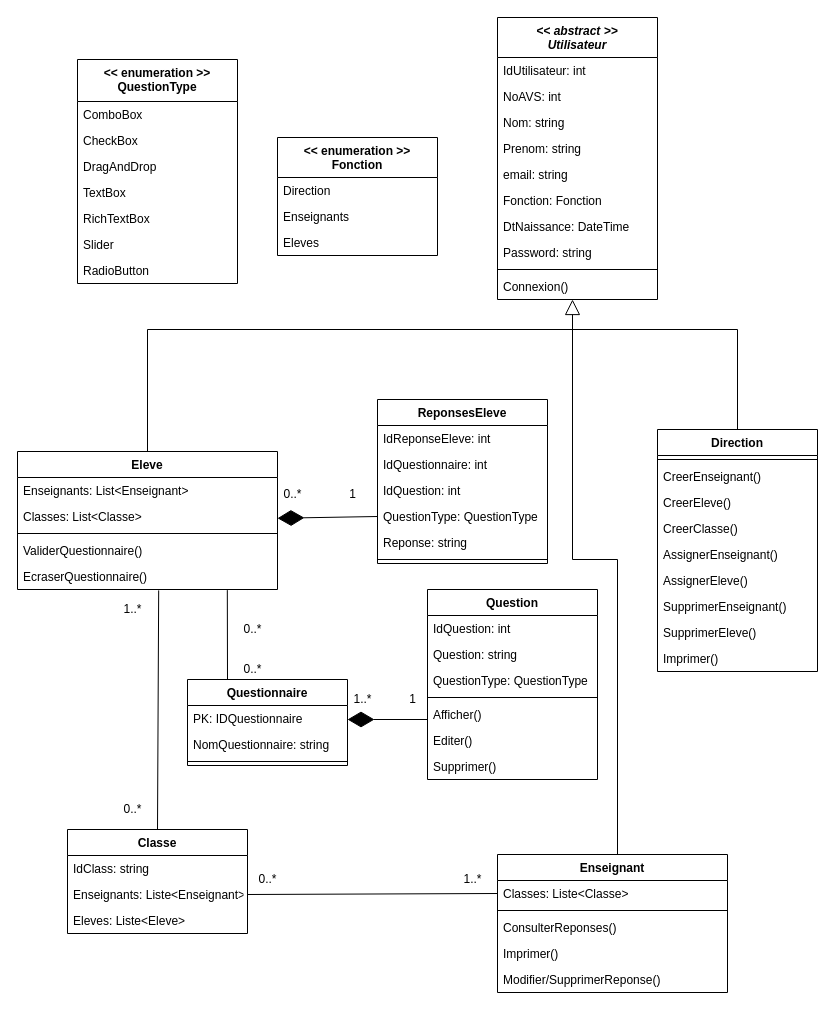
The draw.io diagram DiagramClass.drawio in Devetik/Diagrammes, before the edit. Source tidied: cells renumbered, new cells numbered last; positions are measured from the earlier drawing's top-left corner, leaving out a move shared by most shapes. Both pictures are drawn from the tidied source at 100%, with x=0, y=0 at pixel (17, 17).
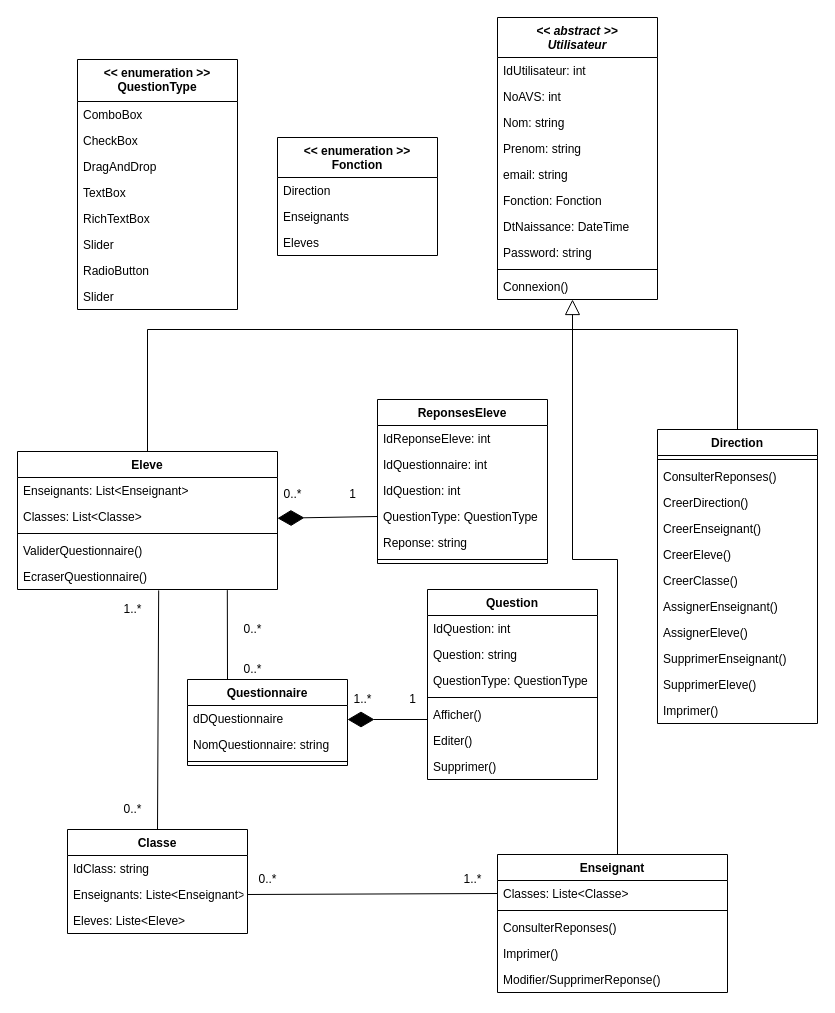
Above is the later version.

Unchanged cells that the change refers to:
```xml
<mxCell id="51" value="Questionnaire" style="swimlane;fontStyle=1;align=center;verticalAlign=top;horizontal=1;startSize=26;strokeWidth=1;" parent="1" vertex="1">
  <mxGeometry x="170" y="662" width="160" height="86" as="geometry" />
</mxCell>
```

Diff of the diagram source:
```diff
@@
     <mxCell id="19" value="Direction" style="swimlane;fontStyle=1;align=center;verticalAlign=top;horizontal=1;startSize=26;" parent="1" vertex="1">
-      <mxGeometry x="640" y="412" width="160" height="242" as="geometry" />
+      <mxGeometry x="640" y="412" width="160" height="294" as="geometry" />
     </mxCell>
@@
+    <mxCell id="88" value="ConsulterReponses()" style="text;strokeColor=none;fillColor=none;align=left;verticalAlign=top;spacingLeft=4;spacingRight=4;overflow=hidden;" parent="19" vertex="1">
+      <mxGeometry y="34" width="160" height="26" as="geometry" />
+    </mxCell>
+    <mxCell id="89" value="CreerDirection()" style="text;strokeColor=none;fillColor=none;align=left;verticalAlign=top;spacingLeft=4;spacingRight=4;overflow=hidden;" parent="19" vertex="1">
+      <mxGeometry y="60" width="160" height="26" as="geometry" />
+    </mxCell>
     <mxCell id="21" value="CreerEnseignant()" style="text;strokeColor=none;fillColor=none;align=left;verticalAlign=top;spacingLeft=4;spacingRight=4;overflow=hidden;" parent="19" vertex="1">
-      <mxGeometry y="34" width="160" height="26" as="geometry" />
+      <mxGeometry y="86" width="160" height="26" as="geometry" />
     </mxCell>
     <mxCell id="22" value="CreerEleve()" style="text;strokeColor=none;fillColor=none;align=left;verticalAlign=top;spacingLeft=4;spacingRight=4;overflow=hidden;" parent="19" vertex="1">
-      <mxGeometry y="60" width="160" height="26" as="geometry" />
+      <mxGeometry y="112" width="160" height="26" as="geometry" />
     </mxCell>
     <mxCell id="23" value="CreerClasse()" style="text;strokeColor=none;fillColor=none;align=left;verticalAlign=top;spacingLeft=4;spacingRight=4;overflow=hidden;" parent="19" vertex="1">
-      <mxGeometry y="86" width="160" height="26" as="geometry" />
+      <mxGeometry y="138" width="160" height="26" as="geometry" />
     </mxCell>
     <mxCell id="24" value="AssignerEnseignant()" style="text;strokeColor=none;fillColor=none;align=left;verticalAlign=top;spacingLeft=4;spacingRight=4;overflow=hidden;" parent="19" vertex="1">
-      <mxGeometry y="112" width="160" height="26" as="geometry" />
+      <mxGeometry y="164" width="160" height="26" as="geometry" />
     </mxCell>
     <mxCell id="25" value="AssignerEleve()" style="text;strokeColor=none;fillColor=none;align=left;verticalAlign=top;spacingLeft=4;spacingRight=4;overflow=hidden;" parent="19" vertex="1">
-      <mxGeometry y="138" width="160" height="26" as="geometry" />
+      <mxGeometry y="190" width="160" height="26" as="geometry" />
     </mxCell>
     <mxCell id="26" value="SupprimerEnseignant()" style="text;strokeColor=none;fillColor=none;align=left;verticalAlign=top;spacingLeft=4;spacingRight=4;overflow=hidden;" parent="19" vertex="1">
-      <mxGeometry y="164" width="160" height="26" as="geometry" />
+      <mxGeometry y="216" width="160" height="26" as="geometry" />
     </mxCell>
     <mxCell id="27" value="SupprimerEleve()" style="text;strokeColor=none;fillColor=none;align=left;verticalAlign=top;spacingLeft=4;spacingRight=4;overflow=hidden;" parent="19" vertex="1">
-      <mxGeometry y="190" width="160" height="26" as="geometry" />
+      <mxGeometry y="242" width="160" height="26" as="geometry" />
     </mxCell>
     <mxCell id="28" value="Imprimer()" style="text;strokeColor=none;fillColor=none;align=left;verticalAlign=top;spacingLeft=4;spacingRight=4;overflow=hidden;" parent="19" vertex="1">
-      <mxGeometry y="216" width="160" height="26" as="geometry" />
+      <mxGeometry y="268" width="160" height="26" as="geometry" />
     </mxCell>
@@
-    <mxCell id="52" value="PK: IDQuestionnaire" style="text;strokeColor=none;fillColor=none;align=left;verticalAlign=top;spacingLeft=4;spacingRight=4;overflow=hidden;" parent="51" vertex="1">
+    <mxCell id="52" value="dDQuestionnaire" style="text;strokeColor=none;fillColor=none;align=left;verticalAlign=top;spacingLeft=4;spacingRight=4;overflow=hidden;" parent="51" vertex="1">
       <mxGeometry y="26" width="160" height="26" as="geometry" />
     </mxCell>
@@
     <mxCell id="66" value="&lt;&lt; enumeration &gt;&gt;&#10;QuestionType" style="swimlane;fontStyle=1;align=center;verticalAlign=top;horizontal=1;startSize=42;strokeWidth=1;" parent="1" vertex="1">
-      <mxGeometry x="60" y="42" width="160" height="224" as="geometry" />
+      <mxGeometry x="60" y="42" width="160" height="250" as="geometry" />
     </mxCell>
@@
+    <mxCell id="90" value="Slider" style="text;strokeColor=none;fillColor=none;align=left;verticalAlign=top;spacingLeft=4;spacingRight=4;overflow=hidden;" parent="66" vertex="1">
+      <mxGeometry y="224" width="160" height="26" as="geometry" />
+    </mxCell>
```
